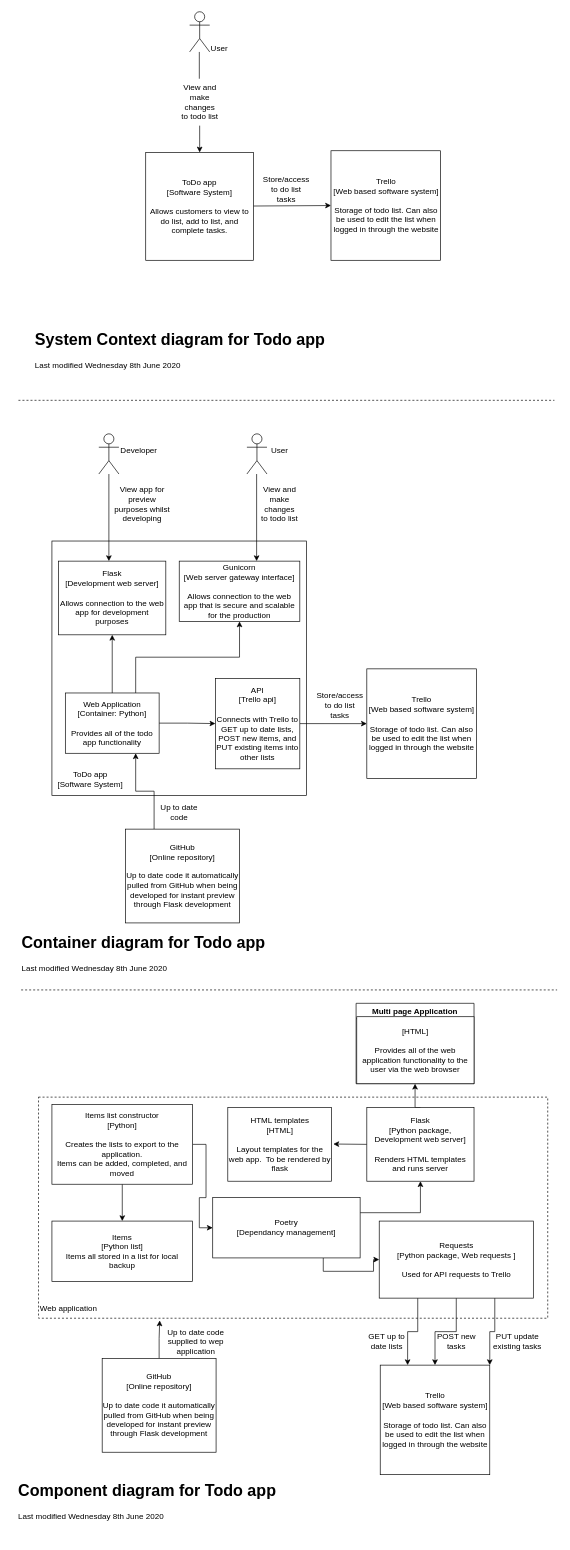
This is documentation/to_do_app_diagrams.drawio from Philw10/DevOps-Course-Starter, a draw.io file, before an edit. Source tidied: cells renumbered, new cells numbered last; positions are measured from the earlier drawing's top-left corner, leaving out a move shared by most shapes. Both pictures are drawn from the tidied source at 67%, with x=0, y=0 at pixel (15, 11).
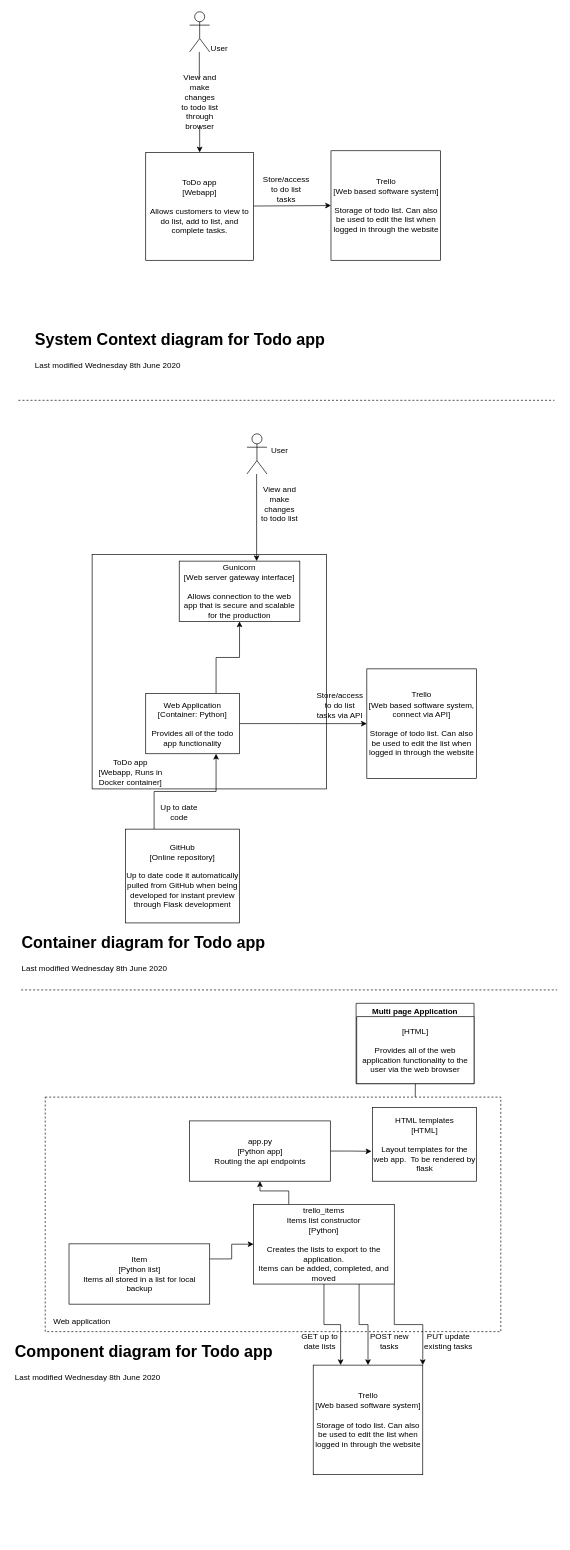
The same page after the edit.

Unchanged cells that the change refers to:
```xml
<mxCell id="38" value="Multi page Application" style="swimlane;" parent="1" vertex="1">
  <mxGeometry x="509" y="1480" width="176" height="120" as="geometry" />
</mxCell>
<mxCell id="39" value="[HTML]&lt;br&gt;&lt;br&gt;Provides all of the web application functionality to the user via the web browser" style="rounded=0;whiteSpace=wrap;html=1;" parent="1" vertex="1">
  <mxGeometry x="510" y="1500" width="175" height="100" as="geometry" />
</mxCell>
```

Change to the diagram source:
```diff
@@
-    <mxCell id="3" value="ToDo app&lt;br&gt;[Software System]&lt;br&gt;&lt;br&gt;Allows customers to view to do list, add to list, and complete tasks." style="whiteSpace=wrap;html=1;" parent="1" vertex="1">
+    <mxCell id="3" value="ToDo app&lt;br&gt;[Webapp]&lt;br&gt;&lt;br&gt;Allows customers to view to do list, add to list, and complete tasks." style="whiteSpace=wrap;html=1;" parent="1" vertex="1">
       <mxGeometry x="195" y="210" width="161" height="161" as="geometry" />
     </mxCell>
-    <mxCell id="4" value="View and make changes to todo list" style="text;html=1;strokeColor=none;fillColor=none;align=center;verticalAlign=middle;whiteSpace=wrap;rounded=0;" parent="1" vertex="1">
+    <mxCell id="4" value="View and make changes to todo list through browser&lt;br&gt;" style="text;html=1;strokeColor=none;fillColor=none;align=center;verticalAlign=middle;whiteSpace=wrap;rounded=0;" parent="1" vertex="1">
       <mxGeometry x="245.5" y="120" width="60" height="30" as="geometry" />
     </mxCell>
@@
     <mxCell id="12" style="whiteSpace=wrap;html=1;" parent="1" vertex="1">
-      <mxGeometry x="55" y="790" width="380" height="380" as="geometry" />
+      <mxGeometry x="115" y="810" width="350" height="350" as="geometry" />
     </mxCell>
@@
-    <mxCell id="14" value="Trello&lt;br&gt;[Web based software system]&lt;br&gt;&lt;br&gt;Storage of todo list. Can also be used to edit the list when logged in through the website" style="whiteSpace=wrap;html=1;" parent="1" vertex="1">
+    <mxCell id="14" value="Trello&lt;br&gt;[Web based software system, connect via API]&lt;br&gt;&lt;br&gt;Storage of todo list. Can also be used to edit the list when logged in through the website" style="whiteSpace=wrap;html=1;" parent="1" vertex="1">
       <mxGeometry x="525" y="980.8" width="163.5" height="163.5" as="geometry" />
     </mxCell>
-    <mxCell id="15" style="endArrow=classic;html=1;rounded=0;entryX=0;entryY=0.5;entryDx=0;entryDy=0;exitX=1;exitY=0.5;exitDx=0;exitDy=0;" parent="1" edge="1" source="28" target="14">
-      <mxGeometry relative="1" as="geometry" />
-    </mxCell>
-    <mxCell id="16" value="Store/access to do list tasks" style="text;html=1;strokeColor=none;fillColor=none;align=center;verticalAlign=middle;whiteSpace=wrap;rounded=0;" parent="1" vertex="1">
+    <mxCell id="16" value="Store/access to do list tasks via API" style="text;html=1;strokeColor=none;fillColor=none;align=center;verticalAlign=middle;whiteSpace=wrap;rounded=0;" parent="1" vertex="1">
       <mxGeometry x="455" y="1020" width="60" height="30" as="geometry" />
     </mxCell>
@@
-    <mxCell id="19" style="shape=umlActor;verticalLabelPosition=bottom;verticalAlign=top;html=1;outlineConnect=0;" parent="1" vertex="1">
-      <mxGeometry x="125" y="630" width="30" height="60" as="geometry" />
-    </mxCell>
-    <mxCell id="20" value="Developer" style="text;html=1;strokeColor=none;fillColor=none;align=center;verticalAlign=middle;whiteSpace=wrap;rounded=0;" parent="1" vertex="1">
-      <mxGeometry x="155" y="640" width="60" height="30" as="geometry" />
-    </mxCell>
-    <mxCell id="21" value="ToDo app&lt;br&gt;[Software System]" style="text;html=1;strokeColor=none;fillColor=none;align=center;verticalAlign=middle;whiteSpace=wrap;rounded=0;" parent="1" vertex="1">
-      <mxGeometry x="45" y="1130" width="134.5" height="30" as="geometry" />
+    <mxCell id="21" value="ToDo app&lt;br&gt;[Webapp, Runs in Docker container]" style="text;html=1;strokeColor=none;fillColor=none;align=center;verticalAlign=middle;whiteSpace=wrap;rounded=0;" parent="1" vertex="1">
+      <mxGeometry x="105" y="1120" width="134.5" height="30" as="geometry" />
     </mxCell>
-    <mxCell id="22" style="edgeStyle=orthogonalEdgeStyle;rounded=0;jettySize=auto;html=1;exitX=0.5;exitY=0;exitDx=0;exitDy=0;startArrow=none;startFill=0;endArrow=classic;endFill=1;entryX=0.5;entryY=1;entryDx=0;entryDy=0;" parent="1" edge="1" source="25" target="27">
-      <mxGeometry relative="1" as="geometry" />
-    </mxCell>
@@
-    <mxCell id="24" style="edgeStyle=orthogonalEdgeStyle;rounded=0;jettySize=auto;html=1;exitX=1;exitY=0.5;exitDx=0;exitDy=0;entryX=0;entryY=0.5;entryDx=0;entryDy=0;startArrow=none;startFill=0;endArrow=classic;endFill=1;" parent="1" edge="1" source="25" target="28">
-      <mxGeometry relative="1" as="geometry" />
+    <mxCell id="24" style="edgeStyle=orthogonalEdgeStyle;rounded=0;jettySize=auto;html=1;exitX=1;exitY=0.5;exitDx=0;exitDy=0;entryX=0;entryY=0.5;entryDx=0;entryDy=0;startArrow=none;startFill=0;endArrow=classic;endFill=1;" parent="1" edge="1" source="25">
+      <mxGeometry relative="1" as="geometry">
+        <mxPoint x="299" y="1062.5" as="targetPoint" />
+      </mxGeometry>
     </mxCell>
+    <mxCell id="65" style="edgeStyle=orthogonalEdgeStyle;rounded=0;jettySize=auto;html=1;exitX=1;exitY=0.5;exitDx=0;exitDy=0;entryX=0;entryY=0.5;entryDx=0;entryDy=0;" parent="1" edge="1" source="25" target="14">
+      <mxGeometry relative="1" as="geometry" />
+    </mxCell>
     <mxCell id="25" value="Web Application&lt;br&gt;[Container: Python]&lt;br&gt;&lt;br&gt;Provides all of the todo app functionality" style="rounded=0;whiteSpace=wrap;html=1;" parent="1" vertex="1">
-      <mxGeometry x="75" y="1016.8" width="140" height="90" as="geometry" />
+      <mxGeometry x="195" y="1017.5" width="140" height="90" as="geometry" />
     </mxCell>
@@
-    <mxCell id="27" value="Flask&lt;br&gt;[Development web server]&lt;br&gt;&lt;br&gt;Allows connection to the web app for development purposes" style="rounded=0;whiteSpace=wrap;html=1;" parent="1" vertex="1">
-      <mxGeometry x="65" y="820" width="160" height="110" as="geometry" />
-    </mxCell>
-    <mxCell id="28" value="API&lt;br&gt;[Trello api]&lt;br&gt;&lt;br&gt;Connects with Trello to GET up to date lists, POST new items, and PUT existing items into other lists" style="rounded=0;whiteSpace=wrap;html=1;" parent="1" vertex="1">
-      <mxGeometry x="299" y="995" width="126" height="135" as="geometry" />
-    </mxCell>
@@
-    <mxCell id="30" value="View app for preview purposes whilst developing&lt;br&gt;" style="text;html=1;strokeColor=none;fillColor=none;align=center;verticalAlign=middle;whiteSpace=wrap;rounded=0;" parent="1" vertex="1">
-      <mxGeometry x="145" y="720" width="90" height="30" as="geometry" />
-    </mxCell>
@@
-    <mxCell id="35" style="endArrow=classic;html=1;rounded=0;" parent="1" edge="1" source="19">
-      <mxGeometry relative="1" as="geometry">
-        <mxPoint x="140" y="820" as="targetPoint" />
-      </mxGeometry>
-    </mxCell>
@@
+    <mxCell id="66" style="edgeStyle=orthogonalEdgeStyle;rounded=0;jettySize=auto;html=1;exitX=0.5;exitY=1;exitDx=0;exitDy=0;entryX=0.41;entryY=0.014;entryDx=0;entryDy=0;entryPerimeter=0;" parent="1" edge="1" source="39" target="64">
+      <mxGeometry relative="1" as="geometry" />
+    </mxCell>
@@
     <mxCell id="40" style="rounded=0;whiteSpace=wrap;html=1;dashed=1;" parent="1" vertex="1">
-      <mxGeometry x="35" y="1620" width="760" height="330" as="geometry" />
+      <mxGeometry x="45" y="1620" width="680" height="350" as="geometry" />
     </mxCell>
-    <mxCell id="41" style="edgeStyle=orthogonalEdgeStyle;rounded=0;jettySize=auto;html=1;exitX=0.5;exitY=0;exitDx=0;exitDy=0;entryX=0.238;entryY=1.01;entryDx=0;entryDy=0;entryPerimeter=0;startArrow=none;startFill=0;endArrow=classic;endFill=1;" parent="1" edge="1" source="42" target="40">
-      <mxGeometry relative="1" as="geometry" />
-    </mxCell>
-    <mxCell id="42" value="GitHub&lt;br&gt;[Online repository]&lt;br&gt;&lt;br&gt;Up to date code it automatically pulled from GitHub when being developed for instant preview through Flask development" style="rounded=0;whiteSpace=wrap;html=1;" parent="1" vertex="1">
-      <mxGeometry x="130" y="2010" width="170" height="140" as="geometry" />
-    </mxCell>
     <mxCell id="43" value="Trello&lt;br&gt;[Web based software system]&lt;br&gt;&lt;br&gt;Storage of todo list. Can also be used to edit the list when logged in through the website" style="whiteSpace=wrap;html=1;" parent="1" vertex="1">
-      <mxGeometry x="545" y="2020" width="163.5" height="163.5" as="geometry" />
+      <mxGeometry x="445" y="2020" width="163.5" height="163.5" as="geometry" />
     </mxCell>
-    <mxCell id="44" style="edgeStyle=orthogonalEdgeStyle;rounded=0;jettySize=auto;html=1;exitX=0.5;exitY=1;exitDx=0;exitDy=0;entryX=0.5;entryY=0;entryDx=0;entryDy=0;startArrow=none;startFill=0;endArrow=classic;endFill=1;" parent="1" edge="1" source="46" target="47">
-      <mxGeometry relative="1" as="geometry" />
-    </mxCell>
-    <mxCell id="45" style="edgeStyle=orthogonalEdgeStyle;rounded=0;jettySize=auto;html=1;exitX=1;exitY=0.5;exitDx=0;exitDy=0;entryX=0;entryY=0.5;entryDx=0;entryDy=0;startArrow=none;startFill=0;endArrow=classic;endFill=1;" parent="1" edge="1" source="46" target="54">
-      <mxGeometry relative="1" as="geometry" />
-    </mxCell>
+    <mxCell id="67" style="edgeStyle=orthogonalEdgeStyle;rounded=0;jettySize=auto;html=1;exitX=0.25;exitY=0;exitDx=0;exitDy=0;entryX=0.5;entryY=1;entryDx=0;entryDy=0;" parent="1" edge="1" source="46" target="70">
+      <mxGeometry relative="1" as="geometry" />
+    </mxCell>
-    <mxCell id="46" value="Items list constructor&lt;br&gt;[Python]&lt;br&gt;&lt;br&gt;Creates the lists to export to the application.&lt;br&gt;Items can be added, completed, and moved" style="rounded=0;whiteSpace=wrap;html=1;" parent="1" vertex="1">
-      <mxGeometry x="55" y="1631" width="210" height="119" as="geometry" />
+    <mxCell id="46" value="trello_items&lt;br&gt;Items list constructor&lt;br&gt;[Python]&lt;br&gt;&lt;br&gt;Creates the lists to export to the application.&lt;br&gt;Items can be added, completed, and moved" style="rounded=0;whiteSpace=wrap;html=1;" parent="1" vertex="1">
+      <mxGeometry x="356" y="1780" width="210" height="119" as="geometry" />
     </mxCell>
+    <mxCell id="68" style="edgeStyle=orthogonalEdgeStyle;rounded=0;jettySize=auto;html=1;exitX=1;exitY=0.25;exitDx=0;exitDy=0;" parent="1" edge="1" source="47" target="46">
+      <mxGeometry relative="1" as="geometry" />
+    </mxCell>
-    <mxCell id="47" value="Items&lt;br&gt;[Python list]&lt;br&gt;Items all stored in a list for local backup" style="rounded=0;whiteSpace=wrap;html=1;" parent="1" vertex="1">
-      <mxGeometry x="55" y="1805" width="210" height="90" as="geometry" />
+    <mxCell id="47" value="Item&lt;br&gt;[Python list]&lt;br&gt;Items all stored in a list for local backup" style="rounded=0;whiteSpace=wrap;html=1;" parent="1" vertex="1">
+      <mxGeometry x="80.5" y="1839" width="210" height="90" as="geometry" />
     </mxCell>
-    <mxCell id="48" style="edgeStyle=orthogonalEdgeStyle;rounded=0;jettySize=auto;html=1;exitX=0.25;exitY=1;exitDx=0;exitDy=0;entryX=0.25;entryY=0;entryDx=0;entryDy=0;startArrow=none;startFill=0;endArrow=classic;endFill=1;" parent="1" edge="1" source="51" target="43">
+    <mxCell id="48" style="edgeStyle=orthogonalEdgeStyle;rounded=0;jettySize=auto;html=1;exitX=0.5;exitY=1;exitDx=0;exitDy=0;entryX=0.25;entryY=0;entryDx=0;entryDy=0;startArrow=none;startFill=0;endArrow=classic;endFill=1;" parent="1" edge="1" source="46" target="43">
       <mxGeometry relative="1" as="geometry" />
     </mxCell>
-    <mxCell id="49" style="edgeStyle=orthogonalEdgeStyle;rounded=0;jettySize=auto;html=1;exitX=0.5;exitY=1;exitDx=0;exitDy=0;entryX=0.5;entryY=0;entryDx=0;entryDy=0;startArrow=none;startFill=0;endArrow=classic;endFill=1;" parent="1" edge="1" source="51" target="43">
+    <mxCell id="49" style="edgeStyle=orthogonalEdgeStyle;rounded=0;jettySize=auto;html=1;exitX=0.75;exitY=1;exitDx=0;exitDy=0;entryX=0.5;entryY=0;entryDx=0;entryDy=0;startArrow=none;startFill=0;endArrow=classic;endFill=1;" parent="1" edge="1" source="46" target="43">
       <mxGeometry relative="1" as="geometry" />
     </mxCell>
-    <mxCell id="50" style="edgeStyle=orthogonalEdgeStyle;rounded=0;jettySize=auto;html=1;exitX=0.75;exitY=1;exitDx=0;exitDy=0;entryX=1;entryY=0;entryDx=0;entryDy=0;startArrow=none;startFill=0;endArrow=classic;endFill=1;" parent="1" edge="1" source="51" target="43">
+    <mxCell id="50" style="edgeStyle=orthogonalEdgeStyle;rounded=0;jettySize=auto;html=1;exitX=1;exitY=1;exitDx=0;exitDy=0;entryX=1;entryY=0;entryDx=0;entryDy=0;startArrow=none;startFill=0;endArrow=classic;endFill=1;" parent="1" edge="1" source="46" target="43">
       <mxGeometry relative="1" as="geometry" />
     </mxCell>
-    <mxCell id="51" value="Requests&lt;br&gt;[Python package, Web requests ]&lt;br&gt;&lt;br&gt;Used for API requests to Trello" style="rounded=0;whiteSpace=wrap;html=1;" parent="1" vertex="1">
-      <mxGeometry x="543.5" y="1805" width="230" height="115" as="geometry" />
-    </mxCell>
-    <mxCell id="52" style="edgeStyle=orthogonalEdgeStyle;rounded=0;jettySize=auto;html=1;exitX=1;exitY=0.25;exitDx=0;exitDy=0;entryX=0.5;entryY=1;entryDx=0;entryDy=0;startArrow=none;startFill=0;endArrow=classic;endFill=1;" parent="1" edge="1" source="54" target="61">
-      <mxGeometry relative="1" as="geometry" />
-    </mxCell>
-    <mxCell id="53" style="edgeStyle=orthogonalEdgeStyle;rounded=0;jettySize=auto;html=1;exitX=0.75;exitY=1;exitDx=0;exitDy=0;entryX=0;entryY=0.5;entryDx=0;entryDy=0;startArrow=none;startFill=0;endArrow=classic;endFill=1;" parent="1" edge="1" source="54" target="51">
-      <mxGeometry relative="1" as="geometry" />
-    </mxCell>
-    <mxCell id="54" value="Poetry&lt;br&gt;[Dependancy management]" style="rounded=0;whiteSpace=wrap;html=1;" parent="1" vertex="1">
-      <mxGeometry x="295" y="1770" width="220" height="90" as="geometry" />
-    </mxCell>
     <mxCell id="55" value="Web application" style="text;html=1;strokeColor=none;fillColor=none;align=center;verticalAlign=middle;whiteSpace=wrap;rounded=0;" parent="1" vertex="1">
-      <mxGeometry x="35" y="1920" width="90" height="30" as="geometry" />
+      <mxGeometry x="55" y="1940" width="90" height="30" as="geometry" />
     </mxCell>
     <mxCell id="56" value="GET up to date lists" style="text;html=1;strokeColor=none;fillColor=none;align=center;verticalAlign=middle;whiteSpace=wrap;rounded=0;" parent="1" vertex="1">
-      <mxGeometry x="525" y="1970" width="60" height="30" as="geometry" />
+      <mxGeometry x="425" y="1970" width="60" height="30" as="geometry" />
     </mxCell>
     <mxCell id="57" value="POST new tasks" style="text;html=1;strokeColor=none;fillColor=none;align=center;verticalAlign=middle;whiteSpace=wrap;rounded=0;" parent="1" vertex="1">
-      <mxGeometry x="628.5" y="1970" width="60" height="30" as="geometry" />
+      <mxGeometry x="528.5" y="1970" width="60" height="30" as="geometry" />
     </mxCell>
     <mxCell id="58" value="PUT update existing tasks" style="text;html=1;strokeColor=none;fillColor=none;align=center;verticalAlign=middle;whiteSpace=wrap;rounded=0;" parent="1" vertex="1">
-      <mxGeometry x="711.8" y="1960" width="76" height="50" as="geometry" />
+      <mxGeometry x="609" y="1960" width="76" height="50" as="geometry" />
     </mxCell>
-    <mxCell id="59" style="edgeStyle=orthogonalEdgeStyle;rounded=0;jettySize=auto;html=1;exitX=0;exitY=0.5;exitDx=0;exitDy=0;startArrow=none;startFill=0;endArrow=classic;endFill=1;" parent="1" edge="1" source="61">
-      <mxGeometry relative="1" as="geometry">
-        <mxPoint x="475" y="1690" as="targetPoint" />
-      </mxGeometry>
-    </mxCell>
-    <mxCell id="60" style="edgeStyle=orthogonalEdgeStyle;rounded=0;jettySize=auto;html=1;exitX=0.5;exitY=0;exitDx=0;exitDy=0;entryX=0.5;entryY=1;entryDx=0;entryDy=0;startArrow=none;startFill=0;endArrow=classic;endFill=1;" parent="1" edge="1" source="61" target="38">
-      <mxGeometry relative="1" as="geometry" />
-    </mxCell>
-    <mxCell id="61" value="Flask&lt;br&gt;[Python package, Development web server]&lt;br&gt;&lt;br&gt;Renders HTML templates and runs server" style="rounded=0;whiteSpace=wrap;html=1;" parent="1" vertex="1">
-      <mxGeometry x="525" y="1635.5" width="160" height="110" as="geometry" />
-    </mxCell>
-    <mxCell id="62" value="Up to date code supplied to wep application" style="text;html=1;strokeColor=none;fillColor=none;align=center;verticalAlign=middle;whiteSpace=wrap;rounded=0;" parent="1" vertex="1">
-      <mxGeometry x="220" y="1970" width="100" height="30" as="geometry" />
-    </mxCell>
     <mxCell id="63" value="&lt;h1&gt;Component diagram for Todo app&lt;/h1&gt;&lt;div&gt;Last modified Wednesday 8th June 2020&lt;/div&gt;" style="text;html=1;strokeColor=none;fillColor=none;spacing=5;spacingTop=-20;whiteSpace=wrap;overflow=hidden;rounded=0;" parent="1" vertex="1">
-      <mxGeometry y="2188" width="490" height="90" as="geometry" />
+      <mxGeometry x="-5" y="1980" width="490" height="90" as="geometry" />
     </mxCell>
     <mxCell id="64" value="HTML templates&lt;br&gt;[HTML]&lt;br&gt;&lt;br&gt;Layout templates for the web app.&amp;nbsp; To be rendered by flask" style="rounded=0;whiteSpace=wrap;html=1;" parent="1" vertex="1">
-      <mxGeometry x="317.5" y="1635.5" width="155" height="110" as="geometry" />
+      <mxGeometry x="533.5" y="1635.5" width="155" height="110" as="geometry" />
     </mxCell>
+    <mxCell id="69" style="edgeStyle=orthogonalEdgeStyle;rounded=0;jettySize=auto;html=1;exitX=1;exitY=0.5;exitDx=0;exitDy=0;entryX=-0.01;entryY=0.595;entryDx=0;entryDy=0;entryPerimeter=0;" parent="1" edge="1" source="70" target="64">
+      <mxGeometry relative="1" as="geometry" />
+    </mxCell>
+    <mxCell id="70" value="app.py&lt;br&gt;[Python app]&lt;br&gt;Routing the api endpoints" style="rounded=0;whiteSpace=wrap;html=1;" parent="1" vertex="1">
+      <mxGeometry x="260.5" y="1655.5" width="210" height="90" as="geometry" />
+    </mxCell>
```
